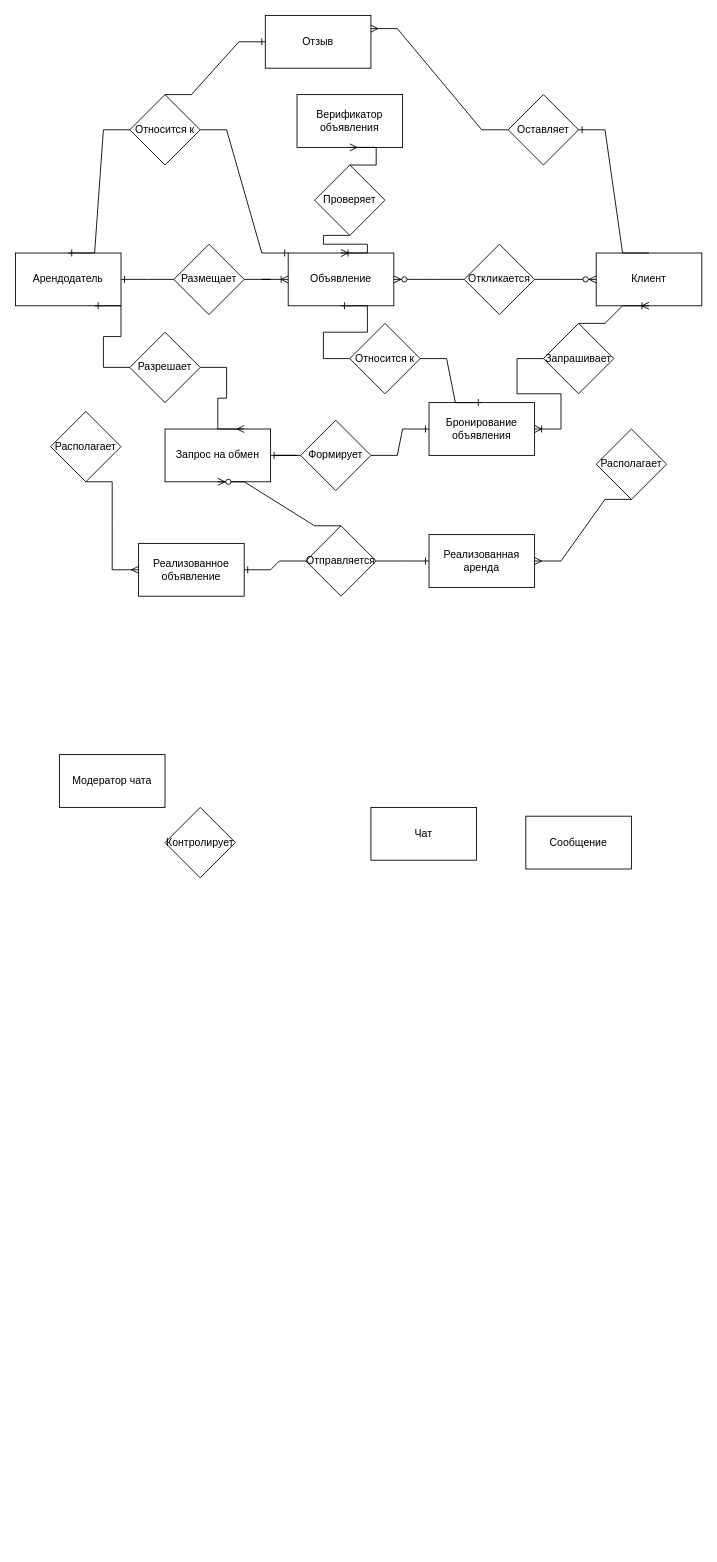
This is концептуальная.drawio from buburec/rsreu, a draw.io file, before an edit. Source tidied: cells renumbered, new cells numbered last; positions are measured from the earlier drawing's top-left corner, leaving out a move shared by most shapes. Both pictures are drawn from the tidied source at 88%, with x=0, y=0 at pixel (15, 15).
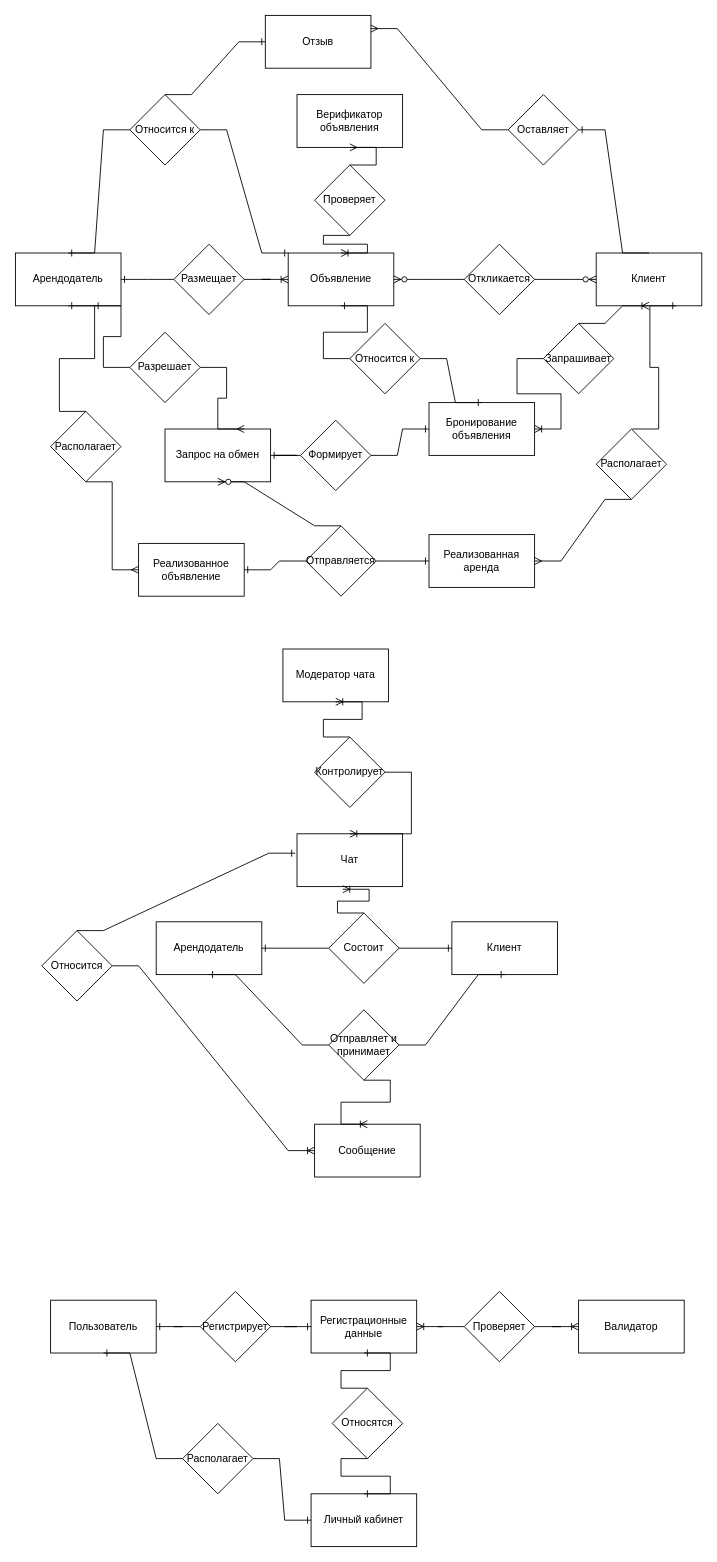
Above is the later version.

Commit message:
первая версия концепльутальной

Unchanged cells that the change refers to:
```xml
<mxCell id="2" value="Арендодатель" style="rounded=0;whiteSpace=wrap;html=1;" parent="1" vertex="1">
  <mxGeometry y="270" width="120" height="60" as="geometry" />
</mxCell>
<mxCell id="43" value="Располагает" style="rhombus;whiteSpace=wrap;html=1;" parent="1" vertex="1">
  <mxGeometry x="40" y="450" width="80" height="80" as="geometry" />
</mxCell>
```

Change to the diagram source:
```diff
@@
     <mxCell id="5" value="Чат" style="rounded=0;whiteSpace=wrap;html=1;" parent="1" vertex="1">
-      <mxGeometry x="404" y="900" width="120" height="60" as="geometry" />
+      <mxGeometry x="320" y="930" width="120" height="60" as="geometry" />
     </mxCell>
     <mxCell id="6" value="Сообщение" style="rounded=0;whiteSpace=wrap;html=1;" parent="1" vertex="1">
-      <mxGeometry x="580" y="910" width="120" height="60" as="geometry" />
+      <mxGeometry x="340" y="1260" width="120" height="60" as="geometry" />
     </mxCell>
     <mxCell id="7" value="Модератор чата" style="rounded=0;whiteSpace=wrap;html=1;" parent="1" vertex="1">
-      <mxGeometry x="50" y="840" width="120" height="60" as="geometry" />
+      <mxGeometry x="304" y="720" width="120" height="60" as="geometry" />
     </mxCell>
@@
     <mxCell id="22" value="Контролирует" style="rhombus;whiteSpace=wrap;html=1;" parent="1" vertex="1">
-      <mxGeometry x="170" y="900" width="80" height="80" as="geometry" />
+      <mxGeometry x="340" y="820" width="80" height="80" as="geometry" />
     </mxCell>
@@
+    <mxCell id="51" style="edgeStyle=entityRelationEdgeStyle;fontSize=12;html=1;endArrow=ERone;endFill=1;rounded=0;exitX=0.5;exitY=0;exitDx=0;exitDy=0;entryX=0.5;entryY=1;entryDx=0;entryDy=0;" parent="1" edge="1" source="43" target="2">
+      <mxGeometry relative="1" as="geometry" />
+    </mxCell>
+    <mxCell id="52" style="edgeStyle=entityRelationEdgeStyle;fontSize=12;html=1;endArrow=ERone;endFill=1;rounded=0;exitX=0.5;exitY=0;exitDx=0;exitDy=0;entryX=0.75;entryY=1;entryDx=0;entryDy=0;" parent="1" edge="1">
+      <mxGeometry relative="1" as="geometry">
+        <mxPoint x="701" y="470" as="sourcePoint" />
+        <mxPoint x="751" y="330" as="targetPoint" />
+        <Array as="points">
+          <mxPoint x="761" y="440" />
+        </Array>
+      </mxGeometry>
+    </mxCell>
+    <mxCell id="53" value="Арендодатель" style="rounded=0;whiteSpace=wrap;html=1;" parent="1" vertex="1">
+      <mxGeometry x="160" y="1030" width="120" height="60" as="geometry" />
+    </mxCell>
+    <mxCell id="54" value="Клиент" style="rounded=0;whiteSpace=wrap;html=1;" parent="1" vertex="1">
+      <mxGeometry x="496" y="1030" width="120" height="60" as="geometry" />
+    </mxCell>
+    <mxCell id="55" value="Состоит" style="rhombus;whiteSpace=wrap;html=1;" parent="1" vertex="1">
+      <mxGeometry x="356" y="1020" width="80" height="80" as="geometry" />
+    </mxCell>
+    <mxCell id="56" style="edgeStyle=entityRelationEdgeStyle;fontSize=12;html=1;endArrow=ERone;endFill=1;rounded=0;entryX=1;entryY=0.5;entryDx=0;entryDy=0;exitX=0;exitY=0.5;exitDx=0;exitDy=0;" parent="1" edge="1" source="55" target="53">
+      <mxGeometry relative="1" as="geometry" />
+    </mxCell>
+    <mxCell id="57" style="edgeStyle=entityRelationEdgeStyle;fontSize=12;html=1;endArrow=ERone;endFill=1;rounded=0;entryX=0;entryY=0.5;entryDx=0;entryDy=0;exitX=1;exitY=0.5;exitDx=0;exitDy=0;" parent="1" edge="1" source="55" target="54">
+      <mxGeometry relative="1" as="geometry">
+        <Array as="points">
+          <mxPoint x="496" y="1050" />
+        </Array>
+      </mxGeometry>
+    </mxCell>
+    <mxCell id="58" style="edgeStyle=entityRelationEdgeStyle;fontSize=12;html=1;endArrow=ERoneToMany;rounded=0;exitX=0.5;exitY=0;exitDx=0;exitDy=0;entryX=0.433;entryY=1.05;entryDx=0;entryDy=0;entryPerimeter=0;" parent="1" edge="1" source="55" target="5">
+      <mxGeometry relative="1" as="geometry" />
+    </mxCell>
+    <mxCell id="59" style="edgeStyle=entityRelationEdgeStyle;fontSize=12;html=1;endArrow=ERoneToMany;rounded=0;entryX=0.5;entryY=0;entryDx=0;entryDy=0;" parent="1" edge="1" source="22" target="5">
+      <mxGeometry relative="1" as="geometry">
+        <Array as="points">
+          <mxPoint x="330" y="880" />
+        </Array>
+      </mxGeometry>
+    </mxCell>
+    <mxCell id="60" style="edgeStyle=entityRelationEdgeStyle;fontSize=12;html=1;endArrow=ERoneToMany;rounded=0;entryX=0.5;entryY=1;entryDx=0;entryDy=0;exitX=0.5;exitY=0;exitDx=0;exitDy=0;" parent="1" edge="1" source="22" target="7">
+      <mxGeometry relative="1" as="geometry">
+        <Array as="points">
+          <mxPoint x="340" y="890" />
+        </Array>
+      </mxGeometry>
+    </mxCell>
+    <mxCell id="61" value="Отправляет и принимает" style="rhombus;whiteSpace=wrap;html=1;" parent="1" vertex="1">
+      <mxGeometry x="356" y="1130" width="80" height="80" as="geometry" />
+    </mxCell>
+    <mxCell id="62" style="edgeStyle=entityRelationEdgeStyle;fontSize=12;html=1;endArrow=ERone;endFill=1;rounded=0;entryX=0.5;entryY=1;entryDx=0;entryDy=0;exitX=0;exitY=0.5;exitDx=0;exitDy=0;" parent="1" edge="1" source="61" target="53">
+      <mxGeometry relative="1" as="geometry" />
+    </mxCell>
+    <mxCell id="63" style="edgeStyle=entityRelationEdgeStyle;fontSize=12;html=1;endArrow=ERone;endFill=1;rounded=0;entryX=0.5;entryY=1;entryDx=0;entryDy=0;exitX=1;exitY=0.5;exitDx=0;exitDy=0;" parent="1" edge="1" source="61" target="54">
+      <mxGeometry relative="1" as="geometry" />
+    </mxCell>
+    <mxCell id="64" style="edgeStyle=entityRelationEdgeStyle;fontSize=12;html=1;endArrow=ERoneToMany;rounded=0;exitX=0.5;exitY=1;exitDx=0;exitDy=0;entryX=0.5;entryY=0;entryDx=0;entryDy=0;" parent="1" edge="1" source="61" target="6">
+      <mxGeometry relative="1" as="geometry" />
+    </mxCell>
+    <mxCell id="65" value="Относится" style="rhombus;whiteSpace=wrap;html=1;" parent="1" vertex="1">
+      <mxGeometry x="30" y="1040" width="80" height="80" as="geometry" />
+    </mxCell>
+    <mxCell id="66" style="edgeStyle=entityRelationEdgeStyle;fontSize=12;html=1;endArrow=ERoneToMany;rounded=0;exitX=1;exitY=0.5;exitDx=0;exitDy=0;entryX=0;entryY=0.5;entryDx=0;entryDy=0;" parent="1" edge="1" source="65" target="6">
+      <mxGeometry relative="1" as="geometry" />
+    </mxCell>
+    <mxCell id="67" style="edgeStyle=entityRelationEdgeStyle;fontSize=12;html=1;endArrow=ERone;endFill=1;rounded=0;entryX=-0.017;entryY=0.367;entryDx=0;entryDy=0;exitX=0.5;exitY=0;exitDx=0;exitDy=0;entryPerimeter=0;" parent="1" edge="1" source="65" target="5">
+      <mxGeometry relative="1" as="geometry">
+        <Array as="points">
+          <mxPoint x="150" y="1040" />
+        </Array>
+      </mxGeometry>
+    </mxCell>
+    <mxCell id="68" value="Пользователь" style="rounded=0;whiteSpace=wrap;html=1;" parent="1" vertex="1">
+      <mxGeometry x="40" y="1460" width="120" height="60" as="geometry" />
+    </mxCell>
+    <mxCell id="69" value="Валидатор" style="rounded=0;whiteSpace=wrap;html=1;" parent="1" vertex="1">
+      <mxGeometry x="640" y="1460" width="120" height="60" as="geometry" />
+    </mxCell>
+    <mxCell id="70" value="Личный кабинет" style="rounded=0;whiteSpace=wrap;html=1;" parent="1" vertex="1">
+      <mxGeometry x="336" y="1680" width="120" height="60" as="geometry" />
+    </mxCell>
+    <mxCell id="71" value="Регистрирует" style="rhombus;whiteSpace=wrap;html=1;" parent="1" vertex="1">
+      <mxGeometry x="210" y="1450" width="80" height="80" as="geometry" />
+    </mxCell>
+    <mxCell id="72" value="Проверяет" style="rhombus;whiteSpace=wrap;html=1;" parent="1" vertex="1">
+      <mxGeometry x="510" y="1450" width="80" height="80" as="geometry" />
+    </mxCell>
+    <mxCell id="73" value="Регистрационные данные" style="rounded=0;whiteSpace=wrap;html=1;" parent="1" vertex="1">
+      <mxGeometry x="336" y="1460" width="120" height="60" as="geometry" />
+    </mxCell>
+    <mxCell id="74" style="edgeStyle=entityRelationEdgeStyle;fontSize=12;html=1;endArrow=ERoneToMany;rounded=0;exitX=1;exitY=0.5;exitDx=0;exitDy=0;entryX=0;entryY=0.5;entryDx=0;entryDy=0;" parent="1" edge="1" source="72" target="69">
+      <mxGeometry relative="1" as="geometry" />
+    </mxCell>
+    <mxCell id="75" style="edgeStyle=entityRelationEdgeStyle;fontSize=12;html=1;endArrow=ERoneToMany;rounded=0;exitX=0;exitY=0.5;exitDx=0;exitDy=0;entryX=1;entryY=0.5;entryDx=0;entryDy=0;" parent="1" edge="1" source="72" target="73">
+      <mxGeometry relative="1" as="geometry" />
+    </mxCell>
+    <mxCell id="76" style="edgeStyle=entityRelationEdgeStyle;fontSize=12;html=1;endArrow=ERone;endFill=1;rounded=0;entryX=0;entryY=0.5;entryDx=0;entryDy=0;exitX=1;exitY=0.5;exitDx=0;exitDy=0;" parent="1" edge="1" source="71" target="73">
+      <mxGeometry relative="1" as="geometry" />
+    </mxCell>
+    <mxCell id="77" style="edgeStyle=entityRelationEdgeStyle;fontSize=12;html=1;endArrow=ERone;endFill=1;rounded=0;entryX=1;entryY=0.5;entryDx=0;entryDy=0;exitX=0;exitY=0.5;exitDx=0;exitDy=0;" parent="1" edge="1" source="71" target="68">
+      <mxGeometry relative="1" as="geometry" />
+    </mxCell>
+    <mxCell id="78" value="Относятся" style="rhombus;whiteSpace=wrap;html=1;" parent="1" vertex="1">
+      <mxGeometry x="360" y="1560" width="80" height="80" as="geometry" />
+    </mxCell>
+    <mxCell id="79" style="edgeStyle=entityRelationEdgeStyle;fontSize=12;html=1;endArrow=ERone;endFill=1;rounded=0;entryX=0.5;entryY=1;entryDx=0;entryDy=0;exitX=0.5;exitY=0;exitDx=0;exitDy=0;" parent="1" edge="1" source="78" target="73">
+      <mxGeometry relative="1" as="geometry" />
+    </mxCell>
+    <mxCell id="80" style="edgeStyle=entityRelationEdgeStyle;fontSize=12;html=1;endArrow=ERone;endFill=1;rounded=0;entryX=0.5;entryY=0;entryDx=0;entryDy=0;exitX=0.5;exitY=1;exitDx=0;exitDy=0;" parent="1" edge="1" source="78" target="70">
+      <mxGeometry relative="1" as="geometry" />
+    </mxCell>
+    <mxCell id="81" value="Располагает" style="rhombus;whiteSpace=wrap;html=1;" parent="1" vertex="1">
+      <mxGeometry x="190" y="1600" width="80" height="80" as="geometry" />
+    </mxCell>
+    <mxCell id="82" style="edgeStyle=entityRelationEdgeStyle;fontSize=12;html=1;endArrow=ERone;endFill=1;rounded=0;entryX=0.5;entryY=1;entryDx=0;entryDy=0;exitX=0;exitY=0.5;exitDx=0;exitDy=0;" parent="1" edge="1" source="81" target="68">
+      <mxGeometry relative="1" as="geometry" />
+    </mxCell>
+    <mxCell id="83" style="edgeStyle=entityRelationEdgeStyle;fontSize=12;html=1;endArrow=ERone;endFill=1;rounded=0;entryX=0;entryY=0.5;entryDx=0;entryDy=0;exitX=1;exitY=0.5;exitDx=0;exitDy=0;" parent="1" edge="1" source="81" target="70">
+      <mxGeometry relative="1" as="geometry" />
+    </mxCell>
```
